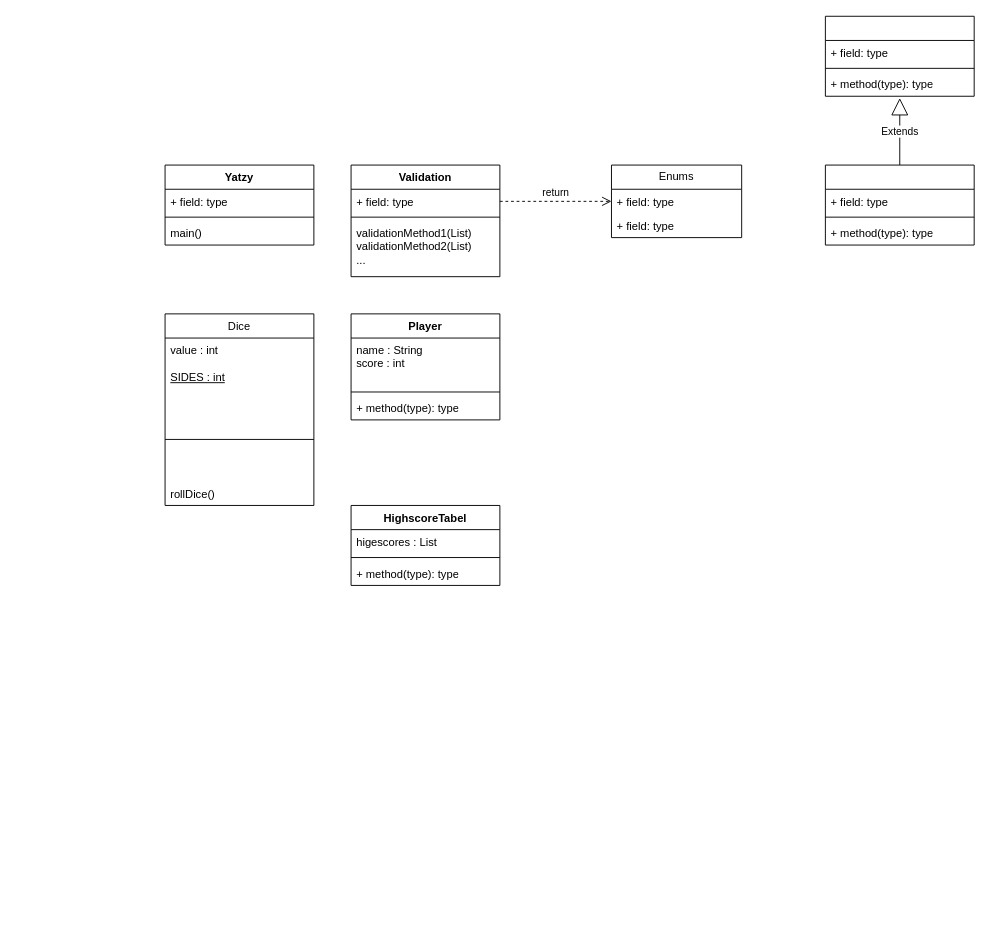
Above: Yatzy_grupp_8.drawio in JoakimSkappegard/Diagram (draw.io), before the change. Source tidied: cells renumbered, new cells numbered last; positions are measured from the earlier drawing's top-left corner, leaving out a move shared by most shapes. Both pictures are drawn from the tidied source at 93%, with x=0, y=0 at pixel (165, 16).
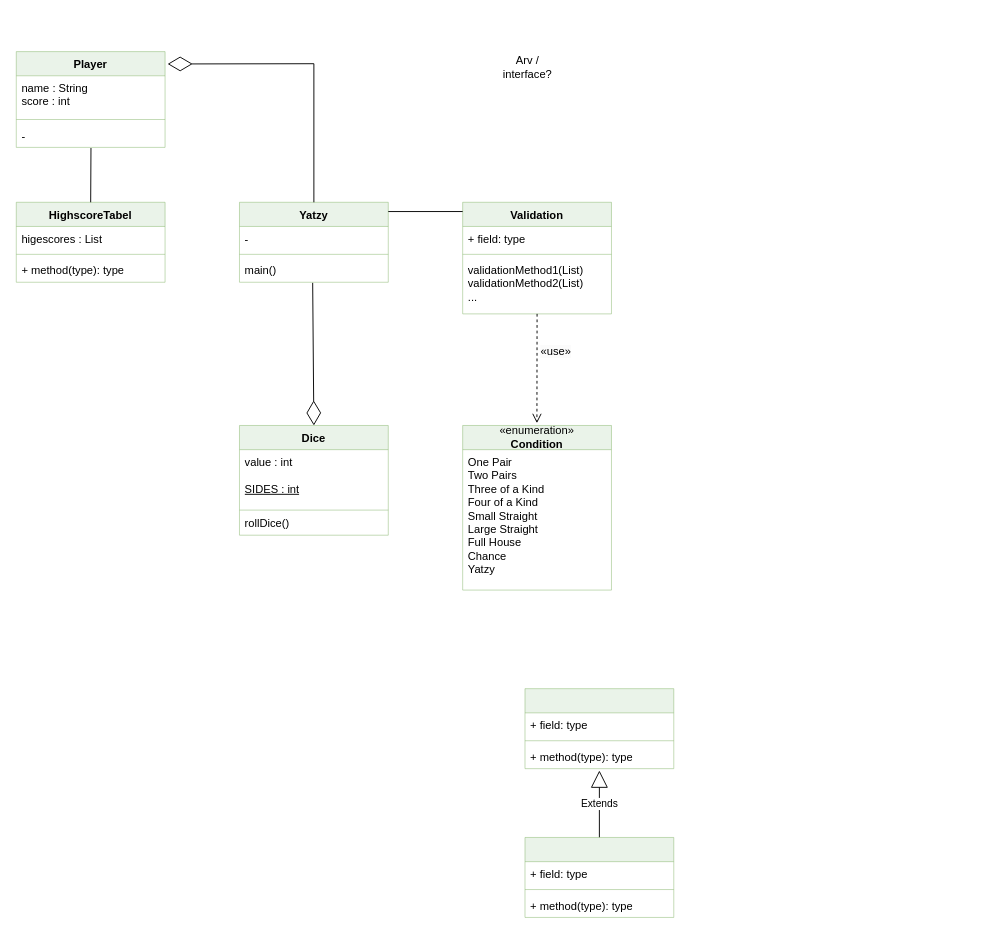
The same page after the edit.

Commit message:
Ett försök till att lägga till klass-relationer

The change refers to these unchanged cells:
```xml
<mxCell id="17" value="main()" style="text;strokeColor=none;fillColor=none;align=left;verticalAlign=top;spacingLeft=4;spacingRight=4;overflow=hidden;points=[[0,0.5],[1,0.5]];portConstraint=eastwest;whiteSpace=wrap;html=1;" parent="14" vertex="1">
  <mxGeometry y="60" width="160" height="26" as="geometry" />
</mxCell>
<mxCell id="28" value="+ field: type" style="text;strokeColor=none;fillColor=none;align=left;verticalAlign=top;spacingLeft=4;spacingRight=4;overflow=hidden;points=[[0,0.5],[1,0.5]];portConstraint=eastwest;whiteSpace=wrap;html=1;" parent="27" vertex="1">
  <mxGeometry y="26" width="160" height="26" as="geometry" />
</mxCell>
<mxCell id="30" value="validationMethod1(List)&lt;div&gt;validationMethod2(List)&lt;/div&gt;&lt;div&gt;...&lt;/div&gt;" style="text;strokeColor=none;fillColor=none;align=left;verticalAlign=top;spacingLeft=4;spacingRight=4;overflow=hidden;points=[[0,0.5],[1,0.5]];portConstraint=eastwest;whiteSpace=wrap;html=1;" parent="27" vertex="1">
  <mxGeometry y="60" width="160" height="60" as="geometry" />
</mxCell>
```

What changed in the source:
```diff
@@
-    <mxCell id="2" value="&lt;span style=&quot;font-weight: 400;&quot;&gt;Dice&lt;/span&gt;" style="swimlane;fontStyle=1;align=center;verticalAlign=top;horizontal=1;startSize=26;whiteSpace=wrap;html=1;" parent="1" vertex="1">
-      <mxGeometry y="320" width="160" height="206" as="geometry" />
+    <mxCell id="2" value="Dice" style="swimlane;fontStyle=1;align=center;verticalAlign=top;horizontal=1;startSize=26;whiteSpace=wrap;html=1;fillColor=#d5e8d4;strokeColor=#82b366;opacity=50;" parent="1" vertex="1">
+      <mxGeometry x="80" y="440" width="160" height="118" as="geometry" />
     </mxCell>
@@
-    <mxCell id="4" style="line;strokeWidth=1;fillColor=none;align=left;verticalAlign=middle;spacingTop=-1;spacingLeft=3;spacingRight=3;labelPosition=right;strokeColor=inherit;" parent="2" vertex="1">
-      <mxGeometry y="90" width="160" height="90" as="geometry" />
+    <mxCell id="4" style="line;strokeWidth=1;fillColor=none;align=left;verticalAlign=middle;spacingTop=-1;spacingLeft=3;spacingRight=3;labelPosition=right;strokeColor=inherit;opacity=50;" parent="2" vertex="1">
+      <mxGeometry y="90" width="160" height="2" as="geometry" />
     </mxCell>
     <mxCell id="5" value="rollDice()" style="text;strokeColor=none;fillColor=none;align=left;verticalAlign=top;spacingLeft=4;spacingRight=4;overflow=hidden;whiteSpace=wrap;html=1;" parent="2" vertex="1">
-      <mxGeometry y="180" width="160" height="26" as="geometry" />
+      <mxGeometry y="92" width="160" height="26" as="geometry" />
     </mxCell>
-    <mxCell id="6" value="Player" style="swimlane;fontStyle=1;align=center;verticalAlign=top;horizontal=1;startSize=26;whiteSpace=wrap;html=1;" parent="1" vertex="1">
-      <mxGeometry x="200" y="320" width="160" height="114" as="geometry" />
+    <mxCell id="6" value="Player" style="swimlane;fontStyle=1;align=center;verticalAlign=top;horizontal=1;startSize=26;whiteSpace=wrap;html=1;fillColor=#d5e8d4;strokeColor=#82b366;opacity=50;" parent="1" vertex="1">
+      <mxGeometry x="-160" y="38" width="160" height="103" as="geometry" />
     </mxCell>
     <mxCell id="7" value="name : String&lt;div&gt;score : int&lt;/div&gt;" style="text;strokeColor=none;fillColor=none;align=left;verticalAlign=top;spacingLeft=4;spacingRight=4;overflow=hidden;whiteSpace=wrap;html=1;" parent="6" vertex="1">
-      <mxGeometry y="26" width="160" height="54" as="geometry" />
+      <mxGeometry y="26" width="160" height="43" as="geometry" />
     </mxCell>
-    <mxCell id="8" style="line;strokeWidth=1;fillColor=none;align=left;verticalAlign=middle;spacingTop=-1;spacingLeft=3;spacingRight=3;labelPosition=right;strokeColor=inherit;" parent="6" vertex="1">
-      <mxGeometry y="80" width="160" height="8" as="geometry" />
+    <mxCell id="8" style="line;strokeWidth=1;fillColor=none;align=left;verticalAlign=middle;spacingTop=-1;spacingLeft=3;spacingRight=3;labelPosition=right;strokeColor=inherit;opacity=50;" parent="6" vertex="1">
+      <mxGeometry y="69" width="160" height="8" as="geometry" />
     </mxCell>
-    <mxCell id="9" value="+ method(type): type" style="text;strokeColor=none;fillColor=none;align=left;verticalAlign=top;spacingLeft=4;spacingRight=4;overflow=hidden;points=[[0,0.5],[1,0.5]];portConstraint=eastwest;whiteSpace=wrap;html=1;" parent="6" vertex="1">
-      <mxGeometry y="88" width="160" height="26" as="geometry" />
+    <mxCell id="9" value="-" style="text;strokeColor=none;fillColor=none;align=left;verticalAlign=top;spacingLeft=4;spacingRight=4;overflow=hidden;points=[[0,0.5],[1,0.5]];portConstraint=eastwest;whiteSpace=wrap;html=1;" parent="6" vertex="1">
+      <mxGeometry y="77" width="160" height="26" as="geometry" />
     </mxCell>
-    <mxCell id="10" value="HighscoreTabel" style="swimlane;fontStyle=1;align=center;verticalAlign=top;horizontal=1;startSize=26;whiteSpace=wrap;html=1;" parent="1" vertex="1">
-      <mxGeometry x="200" y="526" width="160" height="86" as="geometry" />
+    <mxCell id="10" value="HighscoreTabel" style="swimlane;fontStyle=1;align=center;verticalAlign=top;horizontal=1;startSize=26;whiteSpace=wrap;html=1;fillColor=#d5e8d4;strokeColor=#82b366;opacity=50;" parent="1" vertex="1">
+      <mxGeometry x="-160" y="200" width="160" height="86" as="geometry" />
     </mxCell>
@@
-    <mxCell id="12" style="line;strokeWidth=1;fillColor=none;align=left;verticalAlign=middle;spacingTop=-1;spacingLeft=3;spacingRight=3;labelPosition=right;strokeColor=inherit;" parent="10" vertex="1">
+    <mxCell id="12" style="line;strokeWidth=1;fillColor=none;align=left;verticalAlign=middle;spacingTop=-1;spacingLeft=3;spacingRight=3;labelPosition=right;strokeColor=inherit;opacity=50;" parent="10" vertex="1">
       <mxGeometry y="52" width="160" height="8" as="geometry" />
     </mxCell>
@@
-    <mxCell id="14" value="Yatzy" style="swimlane;fontStyle=1;align=center;verticalAlign=top;horizontal=1;startSize=26;whiteSpace=wrap;html=1;" parent="1" vertex="1">
-      <mxGeometry y="160" width="160" height="86" as="geometry" />
+    <mxCell id="14" value="Yatzy" style="swimlane;fontStyle=1;align=center;verticalAlign=top;horizontal=1;startSize=26;whiteSpace=wrap;html=1;fillColor=#d5e8d4;strokeColor=#82b366;opacity=50;" parent="1" vertex="1">
+      <mxGeometry x="80" y="200" width="160" height="86" as="geometry" />
     </mxCell>
-    <mxCell id="15" value="+ field: type" style="text;strokeColor=none;fillColor=none;align=left;verticalAlign=top;spacingLeft=4;spacingRight=4;overflow=hidden;whiteSpace=wrap;html=1;" parent="14" vertex="1">
+    <mxCell id="15" value="-" style="text;strokeColor=none;fillColor=none;align=left;verticalAlign=top;spacingLeft=4;spacingRight=4;overflow=hidden;whiteSpace=wrap;html=1;opacity=50;" parent="14" vertex="1">
       <mxGeometry y="26" width="160" height="26" as="geometry" />
     </mxCell>
-    <mxCell id="16" style="line;strokeWidth=1;fillColor=none;align=left;verticalAlign=middle;spacingTop=-1;spacingLeft=3;spacingRight=3;labelPosition=right;strokeColor=inherit;" parent="14" vertex="1">
+    <mxCell id="16" style="line;strokeWidth=1;fillColor=none;align=left;verticalAlign=middle;spacingTop=-1;spacingLeft=3;spacingRight=3;labelPosition=right;strokeColor=inherit;opacity=50;" parent="14" vertex="1">
       <mxGeometry y="52" width="160" height="8" as="geometry" />
     </mxCell>
@@
-    <mxCell id="18" style="swimlane;fontStyle=1;align=center;verticalAlign=top;horizontal=1;startSize=26;whiteSpace=wrap;html=1;" parent="1" vertex="1">
-      <mxGeometry x="710" width="160" height="86" as="geometry" />
+    <mxCell id="18" style="swimlane;fontStyle=1;align=center;verticalAlign=top;horizontal=1;startSize=26;whiteSpace=wrap;html=1;fillColor=#d5e8d4;strokeColor=#82b366;opacity=50;" parent="1" vertex="1">
+      <mxGeometry x="387" y="723" width="160" height="86" as="geometry" />
     </mxCell>
@@
-    <mxCell id="20" style="line;strokeWidth=1;fillColor=none;align=left;verticalAlign=middle;spacingTop=-1;spacingLeft=3;spacingRight=3;labelPosition=right;strokeColor=inherit;" parent="18" vertex="1">
+    <mxCell id="20" style="line;strokeWidth=1;fillColor=none;align=left;verticalAlign=middle;spacingTop=-1;spacingLeft=3;spacingRight=3;labelPosition=right;strokeColor=inherit;opacity=50;" parent="18" vertex="1">
       <mxGeometry y="52" width="160" height="8" as="geometry" />
     </mxCell>
@@
-    <mxCell id="23" style="swimlane;fontStyle=1;align=center;verticalAlign=top;horizontal=1;startSize=26;whiteSpace=wrap;html=1;" parent="1" vertex="1">
-      <mxGeometry x="710" y="160" width="160" height="86" as="geometry" />
+    <mxCell id="23" style="swimlane;fontStyle=1;align=center;verticalAlign=top;horizontal=1;startSize=26;whiteSpace=wrap;html=1;fillColor=#d5e8d4;strokeColor=#82b366;opacity=50;" parent="1" vertex="1">
+      <mxGeometry x="387" y="883" width="160" height="86" as="geometry" />
     </mxCell>
@@
-    <mxCell id="25" style="line;strokeWidth=1;fillColor=none;align=left;verticalAlign=middle;spacingTop=-1;spacingLeft=3;spacingRight=3;labelPosition=right;strokeColor=inherit;" parent="23" vertex="1">
+    <mxCell id="25" style="line;strokeWidth=1;fillColor=none;align=left;verticalAlign=middle;spacingTop=-1;spacingLeft=3;spacingRight=3;labelPosition=right;strokeColor=inherit;opacity=50;" parent="23" vertex="1">
       <mxGeometry y="52" width="160" height="8" as="geometry" />
     </mxCell>
@@
-    <mxCell id="27" value="Validation" style="swimlane;fontStyle=1;align=center;verticalAlign=top;horizontal=1;startSize=26;whiteSpace=wrap;html=1;" parent="1" vertex="1">
-      <mxGeometry x="200" y="160" width="160" height="120" as="geometry" />
+    <mxCell id="27" value="Validation" style="swimlane;fontStyle=1;align=center;verticalAlign=top;horizontal=1;startSize=26;whiteSpace=wrap;html=1;fillColor=#d5e8d4;strokeColor=#82b366;opacity=50;" parent="1" vertex="1">
+      <mxGeometry x="320" y="200" width="160" height="120" as="geometry" />
     </mxCell>
@@
-    <mxCell id="29" style="line;strokeWidth=1;fillColor=none;align=left;verticalAlign=middle;spacingTop=-1;spacingLeft=3;spacingRight=3;labelPosition=right;strokeColor=inherit;" parent="27" vertex="1">
+    <mxCell id="29" style="line;strokeWidth=1;fillColor=none;align=left;verticalAlign=middle;spacingTop=-1;spacingLeft=3;spacingRight=3;labelPosition=right;strokeColor=inherit;opacity=50;" parent="27" vertex="1">
       <mxGeometry y="52" width="160" height="8" as="geometry" />
     </mxCell>
@@
-    <mxCell id="31" value="Enums" style="swimlane;fontStyle=0;horizontal=1;startSize=26;fillColor=none;whiteSpace=wrap;html=1;" parent="1" vertex="1">
-      <mxGeometry x="480" y="160" width="140" height="78" as="geometry" />
+    <mxCell id="31" value="«enumeration»&lt;br&gt;&lt;div&gt;&lt;b&gt;Condition&lt;/b&gt;&lt;/div&gt;" style="swimlane;fontStyle=0;horizontal=1;startSize=26;fillColor=#d5e8d4;whiteSpace=wrap;html=1;strokeColor=#82b366;opacity=50;" parent="1" vertex="1">
+      <mxGeometry x="320" y="440" width="160" height="177" as="geometry" />
     </mxCell>
-    <mxCell id="32" value="+ field: type" style="text;strokeColor=none;fillColor=none;align=left;verticalAlign=top;spacingLeft=4;spacingRight=4;overflow=hidden;points=[[0,0.5],[1,0.5]];portConstraint=eastwest;whiteSpace=wrap;html=1;" parent="31" vertex="1">
-      <mxGeometry y="26" width="140" height="26" as="geometry" />
+    <mxCell id="32" value="One Pair&lt;div&gt;Two Pairs&amp;nbsp;&lt;/div&gt;&lt;div&gt;Three of a Kind&lt;/div&gt;&lt;div&gt;Four of a Kind&lt;/div&gt;&lt;div&gt;Small Straight&lt;/div&gt;&lt;div&gt;Large Straight&lt;/div&gt;&lt;div&gt;Full House&lt;/div&gt;&lt;div&gt;Chance&lt;/div&gt;&lt;div&gt;Yatzy&lt;/div&gt;&lt;div&gt;&lt;br&gt;&lt;/div&gt;" style="text;strokeColor=none;fillColor=none;align=left;verticalAlign=top;spacingLeft=4;spacingRight=4;overflow=hidden;points=[[0,0.5],[1,0.5]];portConstraint=eastwest;whiteSpace=wrap;html=1;" parent="31" vertex="1">
+      <mxGeometry y="26" width="160" height="151" as="geometry" />
     </mxCell>
-    <mxCell id="33" value="+ field: type" style="text;strokeColor=none;fillColor=none;align=left;verticalAlign=top;spacingLeft=4;spacingRight=4;overflow=hidden;whiteSpace=wrap;html=1;" parent="31" vertex="1">
-      <mxGeometry y="52" width="140" height="26" as="geometry" />
-    </mxCell>
-    <mxCell id="34" value="return" style="html=1;verticalAlign=bottom;endArrow=open;dashed=1;endSize=8;curved=0;rounded=0;exitX=1;exitY=0.5;exitDx=0;exitDy=0;entryX=0;entryY=0.5;entryDx=0;entryDy=0;" parent="1" edge="1" source="28" target="32">
-      <mxGeometry relative="1" as="geometry" />
-    </mxCell>
+    <mxCell id="35" value="Arv / interface?" style="text;html=1;align=center;verticalAlign=middle;whiteSpace=wrap;rounded=0;" parent="1" vertex="1">
+      <mxGeometry x="360" y="40" width="60" height="30" as="geometry" />
+    </mxCell>
+    <mxCell id="36" style="endArrow=none;html=1;rounded=0;exitX=0.5;exitY=0;exitDx=0;exitDy=0;entryX=0.502;entryY=1.025;entryDx=0;entryDy=0;entryPerimeter=0;" parent="1" edge="1" source="10" target="9">
+      <mxGeometry relative="1" as="geometry" />
+    </mxCell>
+    <mxCell id="37" style="endArrow=none;html=1;rounded=0;exitX=1;exitY=0.116;exitDx=0;exitDy=0;exitPerimeter=0;entryX=0;entryY=0.083;entryDx=0;entryDy=0;entryPerimeter=0;" parent="1" edge="1" source="14" target="27">
+      <mxGeometry relative="1" as="geometry" />
+    </mxCell>
+    <mxCell id="38" value="&lt;span style=&quot;font-size: 12px; text-wrap-mode: wrap; background-color: rgb(251, 251, 251);&quot;&gt;«use»&lt;/span&gt;" style="html=1;verticalAlign=bottom;endArrow=open;dashed=1;endSize=8;curved=0;rounded=0;exitX=0.5;exitY=1;exitDx=0;exitDy=0;exitPerimeter=0;entryX=0.499;entryY=-0.014;entryDx=0;entryDy=0;entryPerimeter=0;" parent="1" edge="1" source="30" target="31">
+      <mxGeometry x="-0.15" y="20" relative="1" as="geometry" />
+    </mxCell>
+    <mxCell id="39" style="endArrow=diamondThin;endFill=0;endSize=24;html=1;rounded=0;exitX=0.492;exitY=1.026;exitDx=0;exitDy=0;exitPerimeter=0;entryX=0.5;entryY=0;entryDx=0;entryDy=0;" parent="1" edge="1" source="17" target="2">
+      <mxGeometry relative="1" as="geometry" />
+    </mxCell>
+    <mxCell id="40" style="endArrow=diamondThin;endFill=0;endSize=24;html=1;rounded=0;entryX=1.017;entryY=0.129;entryDx=0;entryDy=0;entryPerimeter=0;exitX=0.5;exitY=0;exitDx=0;exitDy=0;" parent="1" edge="1" source="14" target="6">
+      <mxGeometry relative="1" as="geometry">
+        <Array as="points">
+          <mxPoint x="160" y="51" />
+        </Array>
+      </mxGeometry>
+    </mxCell>
```
